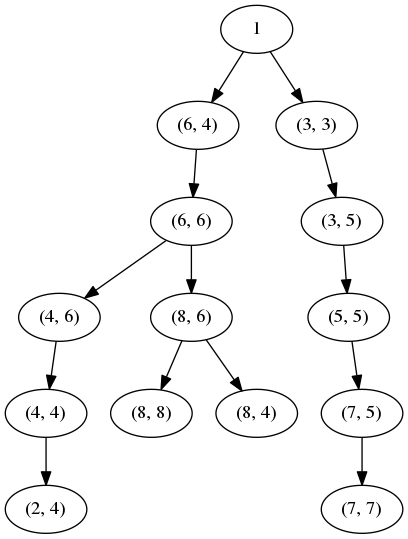
The Graphviz diagram tree.png in groupe25/LE_CHEMIN_DES_CHEFS, before a commit. Its source is kept beside it as tree.dot.
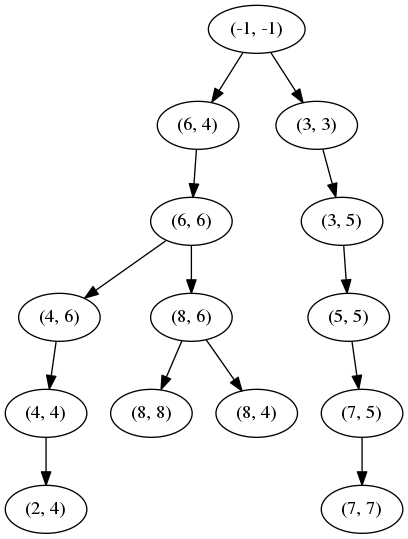
After the change.

Diff of the diagram source:
```diff
@@ -1,5 +1,5 @@
 strict digraph G {
-1 [niveau=0];
+"(6, 4)" [niveau=1];
 "(4, 6)" [niveau=3];
 "(6, 6)" [niveau=2];
 "(4, 4)" [niveau=4];
@@ -7,14 +7,13 @@
 "(3, 5)" [niveau=2];
 "(8, 8)" [niveau=4];
 "(7, 5)" [niveau=4];
+"(-1, -1)" [niveau=0];
 "(7, 7)" [niveau=5];
 "(8, 6)" [niveau=3];
-"(6, 4)" [niveau=1];
 "(8, 4)" [niveau=4];
 "(2, 4)" [niveau=5];
 "(3, 3)" [niveau=1];
-1 -> "(6, 4)";
-1 -> "(3, 3)";
+"(6, 4)" -> "(6, 6)";
 "(4, 6)" -> "(4, 4)";
 "(6, 6)" -> "(8, 6)";
 "(6, 6)" -> "(4, 6)";
@@ -22,8 +21,9 @@
 "(5, 5)" -> "(7, 5)";
 "(3, 5)" -> "(5, 5)";
 "(7, 5)" -> "(7, 7)";
+"(-1, -1)" -> "(6, 4)";
+"(-1, -1)" -> "(3, 3)";
 "(8, 6)" -> "(8, 8)";
 "(8, 6)" -> "(8, 4)";
-"(6, 4)" -> "(6, 6)";
 "(3, 3)" -> "(3, 5)";
 }
```
